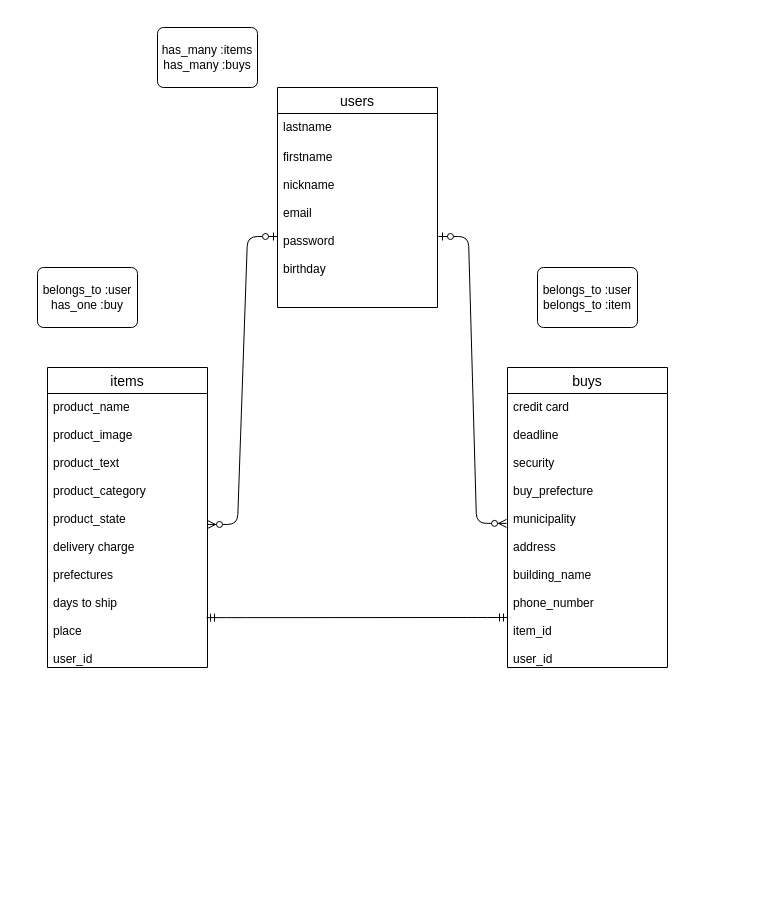
masuhiro-takumi/furima-36112 keeps this draw.io diagram as furima-36112.dio. Above is the earlier version. Source tidied: cells renumbered, new cells numbered last; positions are measured from the earlier drawing's top-left corner, leaving out a move shared by most shapes. Both pictures are drawn from the tidied source at 100%, with x=0, y=0 at pixel (37, 27).
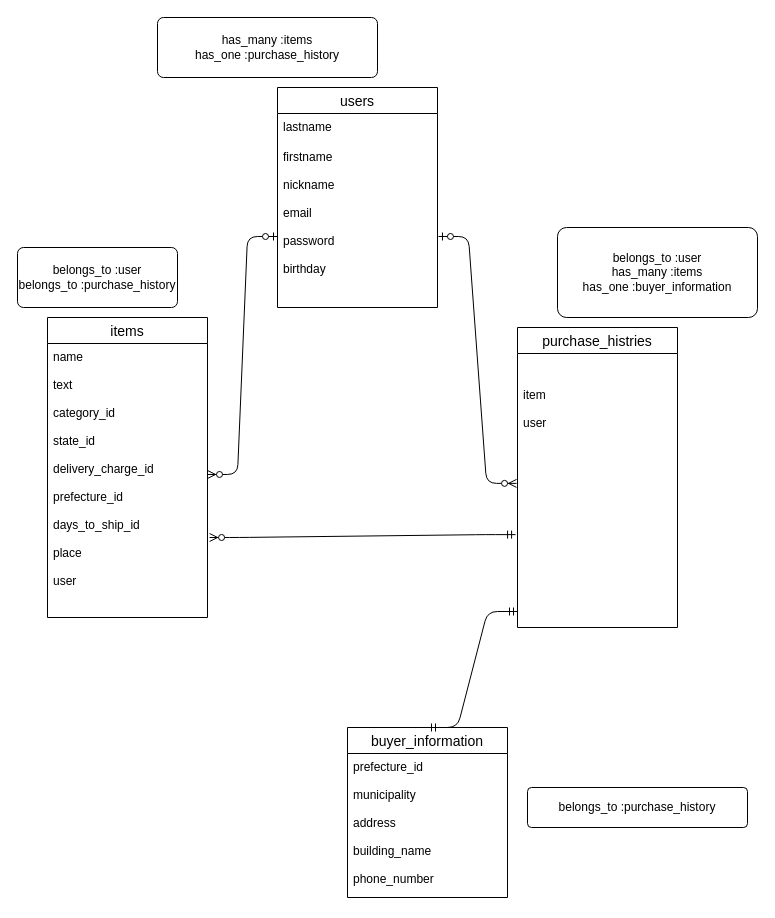
The same diagram, later.

Commit message (it also covers changes not shown here):
データベース設計の修正

Change to the diagram source:
```diff
@@
 <mxGraphModel>
   <root>
     <mxCell id="0" />
     <mxCell id="1" parent="0" />
     <mxCell id="2" value="users" style="swimlane;fontStyle=0;horizontal=1;startSize=26;align=center;fontSize=14;" parent="1" vertex="1">
       <mxGeometry x="240" y="60" width="160" height="220" as="geometry" />
     </mxCell>
     <mxCell id="3" value="lastname&#10;&#10;" style="text;strokeColor=none;fillColor=none;spacingLeft=4;spacingRight=4;overflow=hidden;fontSize=12;" parent="2" vertex="1">
       <mxGeometry y="26" width="160" height="30" as="geometry" />
     </mxCell>
     <mxCell id="4" value="firstname&#10;&#10;nickname&#10;&#10;email&#10;&#10;password&#10;&#10;birthday" style="text;strokeColor=none;fillColor=none;spacingLeft=4;spacingRight=4;overflow=hidden;points=[[0,0.5],[1,0.5]];portConstraint=eastwest;fontSize=12;" parent="2" vertex="1">
       <mxGeometry y="56" width="160" height="164" as="geometry" />
     </mxCell>
     <mxCell id="5" value="items" style="swimlane;fontStyle=0;horizontal=1;startSize=26;align=center;fontSize=14;" parent="1" vertex="1">
-      <mxGeometry x="10" y="340" width="160" height="300" as="geometry" />
+      <mxGeometry x="10" y="290" width="160" height="300" as="geometry" />
     </mxCell>
-    <mxCell id="6" value="product_name&#10;&#10;product_image&#10;&#10;product_text&#10;&#10;product_category&#10;&#10;product_state&#10;&#10;delivery charge&#10;&#10;prefectures&#10;&#10;days to ship&#10;&#10;place&#10;&#10;user_id&#10;&#10;&#10;&#10;&#10;&#10;&#10;&#10;" style="text;strokeColor=none;fillColor=none;spacingLeft=4;spacingRight=4;overflow=hidden;points=[[0,0.5],[1,0.5]];portConstraint=eastwest;fontSize=12;" parent="5" vertex="1">
+    <mxCell id="6" value="name&#10;&#10;text&#10;&#10;category_id&#10;&#10;state_id&#10;&#10;delivery_charge_id&#10;&#10;prefecture_id&#10;&#10;days_to_ship_id&#10;&#10;place&#10;&#10;user&#10;&#10;&#10;&#10;&#10;&#10;&#10;&#10;" style="text;strokeColor=none;fillColor=none;spacingLeft=4;spacingRight=4;overflow=hidden;points=[[0,0.5],[1,0.5]];portConstraint=eastwest;fontSize=12;" parent="5" vertex="1">
       <mxGeometry y="26" width="160" height="274" as="geometry" />
     </mxCell>
-    <mxCell id="7" value="buys" style="swimlane;fontStyle=0;horizontal=1;startSize=26;align=center;fontSize=14;" parent="1" vertex="1">
-      <mxGeometry x="470" y="340" width="160" height="300" as="geometry" />
+    <mxCell id="7" value="purchase_histries" style="swimlane;fontStyle=0;horizontal=1;startSize=26;align=center;fontSize=14;" parent="1" vertex="1">
+      <mxGeometry x="480" y="300" width="160" height="300" as="geometry" />
     </mxCell>
-    <mxCell id="8" value="credit card&#10;&#10;deadline&#10;&#10;security&#10;&#10;buy_prefecture&#10;&#10;municipality&#10;&#10;address&#10;&#10;building_name&#10;&#10;phone_number&#10;&#10;item_id&#10;&#10;user_id" style="text;strokeColor=none;fillColor=none;spacingLeft=4;spacingRight=4;overflow=hidden;points=[[0,0.5],[1,0.5]];portConstraint=eastwest;fontSize=12;" parent="7" vertex="1">
+    <mxCell id="8" value="&#10;&#10;item&#10;&#10;user" style="text;strokeColor=none;fillColor=none;spacingLeft=4;spacingRight=4;overflow=hidden;points=[[0,0.5],[1,0.5]];portConstraint=eastwest;fontSize=12;" parent="7" vertex="1">
       <mxGeometry y="26" width="160" height="274" as="geometry" />
     </mxCell>
     <mxCell id="9" style="edgeStyle=entityRelationEdgeStyle;fontSize=12;html=1;endArrow=ERzeroToMany;startArrow=ERzeroToOne;exitX=1.006;exitY=0.567;exitDx=0;exitDy=0;exitPerimeter=0;entryX=-0.006;entryY=0.474;entryDx=0;entryDy=0;entryPerimeter=0;" parent="1" edge="1" source="4" target="8">
       <mxGeometry relative="1" as="geometry" />
     </mxCell>
     <mxCell id="10" style="edgeStyle=entityRelationEdgeStyle;fontSize=12;html=1;endArrow=ERzeroToMany;startArrow=ERzeroToOne;exitX=0;exitY=0.567;exitDx=0;exitDy=0;exitPerimeter=0;entryX=1;entryY=0.478;entryDx=0;entryDy=0;entryPerimeter=0;" parent="1" edge="1" source="4" target="6">
       <mxGeometry relative="1" as="geometry" />
     </mxCell>
-    <mxCell id="11" style="edgeStyle=entityRelationEdgeStyle;fontSize=12;html=1;endArrow=ERmandOne;startArrow=ERmandOne;exitX=0.994;exitY=0.818;exitDx=0;exitDy=0;exitPerimeter=0;" parent="1" edge="1" source="6">
-      <mxGeometry relative="1" as="geometry">
-        <mxPoint x="470" y="590" as="targetPoint" />
-      </mxGeometry>
-    </mxCell>
-    <mxCell id="12" value="belongs_to :user&lt;br&gt;has_one :buy" style="rounded=1;arcSize=10;whiteSpace=wrap;html=1;align=center;" parent="1" vertex="1">
-      <mxGeometry y="240" width="100" height="60" as="geometry" />
+    <mxCell id="12" value="belongs_to :user&lt;br&gt;belongs_to :purchase_history" style="rounded=1;arcSize=10;whiteSpace=wrap;html=1;align=center;" parent="1" vertex="1">
+      <mxGeometry x="-20" y="220" width="160" height="60" as="geometry" />
     </mxCell>
-    <mxCell id="13" style="edgeStyle=orthogonalEdgeStyle;rounded=0;jettySize=auto;html=1;exitX=0.5;exitY=0;exitDx=0;exitDy=0;" parent="1" edge="1" source="14">
-      <mxGeometry relative="1" as="geometry">
-        <mxPoint x="560" y="250" as="targetPoint" />
-      </mxGeometry>
-    </mxCell>
-    <mxCell id="14" value="belongs_to :user&lt;br&gt;belongs_to :item" style="rounded=1;arcSize=10;whiteSpace=wrap;html=1;align=center;" parent="1" vertex="1">
-      <mxGeometry x="500" y="240" width="100" height="60" as="geometry" />
+    <mxCell id="14" value="belongs_to :user&lt;br&gt;has_many :items&lt;br&gt;has_one :buyer_information" style="rounded=1;arcSize=10;whiteSpace=wrap;html=1;align=center;" parent="1" vertex="1">
+      <mxGeometry x="520" y="200" width="200" height="90" as="geometry" />
     </mxCell>
-    <mxCell id="15" value="&lt;span&gt;has_many :items&lt;/span&gt;&lt;br&gt;&lt;span&gt;has_many :buys&lt;/span&gt;" style="rounded=1;arcSize=10;whiteSpace=wrap;html=1;align=center;" parent="1" vertex="1">
-      <mxGeometry x="120" width="100" height="60" as="geometry" />
+    <mxCell id="15" value="&lt;span&gt;has_many :items&lt;/span&gt;&lt;br&gt;&lt;span&gt;has_one :purchase_history&lt;/span&gt;" style="rounded=1;arcSize=10;whiteSpace=wrap;html=1;align=center;" parent="1" vertex="1">
+      <mxGeometry x="120" y="-10" width="220" height="60" as="geometry" />
     </mxCell>
+    <mxCell id="16" value="buyer_information" style="swimlane;fontStyle=0;horizontal=1;startSize=26;align=center;fontSize=14;" parent="1" vertex="1">
+      <mxGeometry x="310" y="700" width="160" height="170" as="geometry" />
+    </mxCell>
+    <mxCell id="17" value="prefecture_id&#10;&#10;municipality&#10;&#10;address&#10;&#10;building_name&#10;&#10;phone_number" style="text;strokeColor=none;fillColor=none;spacingLeft=4;spacingRight=4;overflow=hidden;fontSize=12;" parent="16" vertex="1">
+      <mxGeometry y="26" width="160" height="144" as="geometry" />
+    </mxCell>
+    <mxCell id="18" style="edgeStyle=entityRelationEdgeStyle;fontSize=12;html=1;endArrow=ERmandOne;startArrow=ERmandOne;exitX=0.5;exitY=0;exitDx=0;exitDy=0;" parent="1" edge="1" source="16">
+      <mxGeometry relative="1" as="geometry">
+        <mxPoint x="480" y="584" as="targetPoint" />
+      </mxGeometry>
+    </mxCell>
+    <mxCell id="19" style="edgeStyle=entityRelationEdgeStyle;fontSize=12;html=1;endArrow=ERzeroToMany;startArrow=ERmandOne;exitX=-0.012;exitY=0.661;exitDx=0;exitDy=0;exitPerimeter=0;entryX=1.013;entryY=0.708;entryDx=0;entryDy=0;entryPerimeter=0;" parent="1" edge="1" source="8" target="6">
+      <mxGeometry relative="1" as="geometry" />
+    </mxCell>
+    <mxCell id="20" value="belongs_to :purchase_history" style="rounded=1;arcSize=10;whiteSpace=wrap;html=1;align=center;" parent="1" vertex="1">
+      <mxGeometry x="490" y="760" width="220" height="40" as="geometry" />
+    </mxCell>
   </root>
 </mxGraphModel>
```
